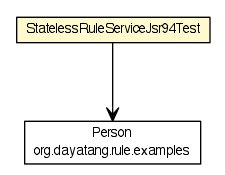
Earlier version of the Graphviz export dddlib-rule-engine/testapidocs/org/dayatang/rule/impl/StatelessRuleServiceJsr94Test.png (dayatang/dddlib). Its source is kept beside it as dddlib-rule-engine/testapidocs/org/dayatang/rule/impl/StatelessRuleServiceJsr94Test.dot. Its diagram source:
```dot

digraph G {
	edge [fontname="Helvetica",fontsize=10,labelfontname="Helvetica",labelfontsize=10];
	node [fontname="Helvetica",fontsize=10,shape=plaintext];
	nodesep=0.25;
	ranksep=0.5;
	c136 [label=<<table title="org.dayatang.rule.examples.Person" border="0" cellborder="1" cellspacing="0" cellpadding="2" port="p" href="../examples/Person.html">
		<tr><td><table border="0" cellspacing="0" cellpadding="1">
<tr><td align="center" balign="center"> Person </td></tr>
<tr><td align="center" balign="center"> org.dayatang.rule.examples </td></tr>
		</table></td></tr>
		</table>>, URL="../examples/Person.html", fontname="Helvetica", fontcolor="black", fontsize=10.0];
	c141 [label=<<table title="org.dayatang.rule.impl.StatelessRuleServiceJsr94Test" border="0" cellborder="1" cellspacing="0" cellpadding="2" port="p" bgcolor="lemonChiffon" href="./StatelessRuleServiceJsr94Test.html">
		<tr><td><table border="0" cellspacing="0" cellpadding="1">
<tr><td align="center" balign="center"> StatelessRuleServiceJsr94Test </td></tr>
		</table></td></tr>
		</table>>, URL="./StatelessRuleServiceJsr94Test.html", fontname="Helvetica", fontcolor="black", fontsize=10.0];
	c141:p -> c136:p [taillabel="", label=" "headlabel="", fontname="Helvetica", fontcolor="black", fontsize=10.0, color="black", arrowhead=open];
}
```
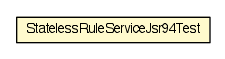
Later version of the same file.

The edit, as a diff of the source:
```diff
@@ -4,16 +4,9 @@
 	node [fontname="Helvetica",fontsize=10,shape=plaintext];
 	nodesep=0.25;
 	ranksep=0.5;
-	c136 [label=<<table title="org.dayatang.rule.examples.Person" border="0" cellborder="1" cellspacing="0" cellpadding="2" port="p" href="../examples/Person.html">
-		<tr><td><table border="0" cellspacing="0" cellpadding="1">
-<tr><td align="center" balign="center"> Person </td></tr>
-<tr><td align="center" balign="center"> org.dayatang.rule.examples </td></tr>
-		</table></td></tr>
-		</table>>, URL="../examples/Person.html", fontname="Helvetica", fontcolor="black", fontsize=10.0];
-	c141 [label=<<table title="org.dayatang.rule.impl.StatelessRuleServiceJsr94Test" border="0" cellborder="1" cellspacing="0" cellpadding="2" port="p" bgcolor="lemonChiffon" href="./StatelessRuleServiceJsr94Test.html">
+	c135 [label=<<table title="org.dayatang.rule.impl.StatelessRuleServiceJsr94Test" border="0" cellborder="1" cellspacing="0" cellpadding="2" port="p" bgcolor="lemonChiffon" href="./StatelessRuleServiceJsr94Test.html">
 		<tr><td><table border="0" cellspacing="0" cellpadding="1">
 <tr><td align="center" balign="center"> StatelessRuleServiceJsr94Test </td></tr>
 		</table></td></tr>
 		</table>>, URL="./StatelessRuleServiceJsr94Test.html", fontname="Helvetica", fontcolor="black", fontsize=10.0];
-	c141:p -> c136:p [taillabel="", label=" "headlabel="", fontname="Helvetica", fontcolor="black", fontsize=10.0, color="black", arrowhead=open];
 }
```
